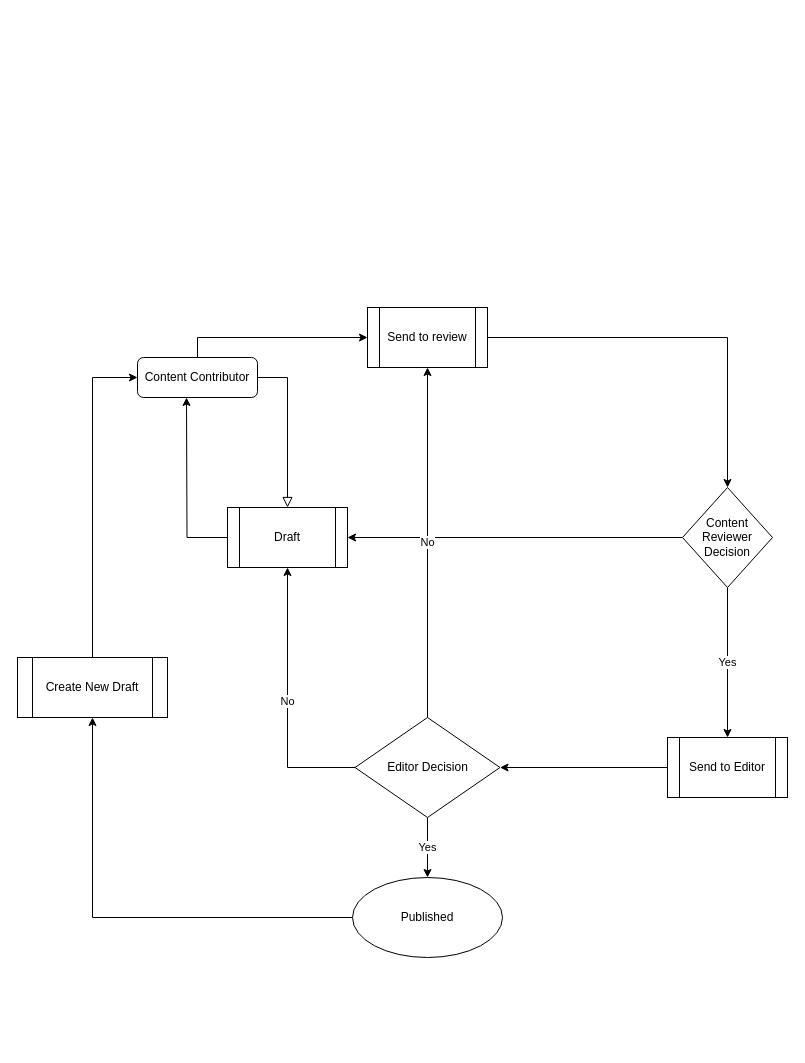
Earlier version of the draw.io diagram Untitled Diagram.drawio (rjeyasundharam/ehs-role-permissions). Source tidied: cells renumbered, new cells numbered last; positions are measured from the earlier drawing's top-left corner, leaving out a move shared by most shapes. Both pictures are drawn from the tidied source at 100%, with x=0, y=0 at pixel (17, 307).
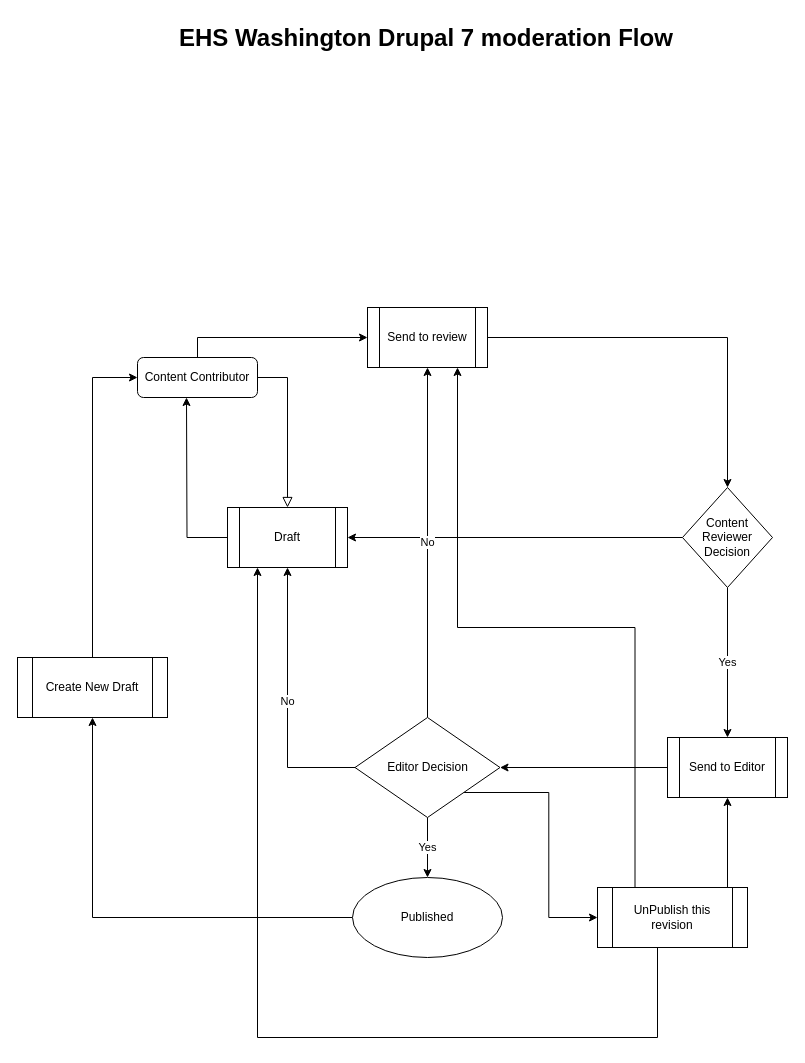
Above is the later version.

Unchanged cells that the change refers to:
```xml
<mxCell id="9" value="Send to review" style="shape=process;whiteSpace=wrap;html=1;backgroundOutline=1;" parent="1" vertex="1">
  <mxGeometry x="350" width="120" height="60" as="geometry" />
</mxCell>
<mxCell id="11" value="Send to Editor" style="shape=process;whiteSpace=wrap;html=1;backgroundOutline=1;" parent="1" vertex="1">
  <mxGeometry x="650" y="430" width="120" height="60" as="geometry" />
</mxCell>
<mxCell id="12" value="Draft" style="shape=process;whiteSpace=wrap;html=1;backgroundOutline=1;" parent="1" vertex="1">
  <mxGeometry x="210" y="200" width="120" height="60" as="geometry" />
</mxCell>
<mxCell id="17" value="Editor Decision" style="rhombus;whiteSpace=wrap;html=1;" parent="1" vertex="1">
  <mxGeometry x="337.5" y="410" width="145" height="100" as="geometry" />
</mxCell>
```

Change to the diagram source:
```diff
@@
+    <mxCell id="22" style="edgeStyle=orthogonalEdgeStyle;rounded=0;jettySize=auto;html=1;exitX=1;exitY=1;exitDx=0;exitDy=0;entryX=0;entryY=0.5;entryDx=0;entryDy=0;" parent="1" edge="1" source="17" target="26">
+      <mxGeometry relative="1" as="geometry" />
+    </mxCell>
@@
+    <mxCell id="23" style="edgeStyle=orthogonalEdgeStyle;rounded=0;jettySize=auto;html=1;exitX=0.993;exitY=0.15;exitDx=0;exitDy=0;entryX=0.5;entryY=1;entryDx=0;entryDy=0;exitPerimeter=0;" parent="1" edge="1" source="26" target="11">
+      <mxGeometry relative="1" as="geometry">
+        <Array as="points">
+          <mxPoint x="719" y="580" />
+          <mxPoint x="710" y="580" />
+        </Array>
+      </mxGeometry>
+    </mxCell>
+    <mxCell id="24" style="edgeStyle=orthogonalEdgeStyle;rounded=0;jettySize=auto;html=1;exitX=0.25;exitY=0;exitDx=0;exitDy=0;entryX=0.75;entryY=1;entryDx=0;entryDy=0;" parent="1" edge="1" source="26" target="9">
+      <mxGeometry relative="1" as="geometry" />
+    </mxCell>
+    <mxCell id="25" style="edgeStyle=orthogonalEdgeStyle;rounded=0;jettySize=auto;html=1;exitX=0.5;exitY=1;exitDx=0;exitDy=0;entryX=0.25;entryY=1;entryDx=0;entryDy=0;" parent="1" edge="1" source="26" target="12">
+      <mxGeometry relative="1" as="geometry">
+        <Array as="points">
+          <mxPoint x="640" y="640" />
+          <mxPoint x="640" y="730" />
+          <mxPoint x="240" y="730" />
+        </Array>
+      </mxGeometry>
+    </mxCell>
+    <mxCell id="26" value="UnPublish this revision" style="shape=process;whiteSpace=wrap;html=1;backgroundOutline=1;" parent="1" vertex="1">
+      <mxGeometry x="580" y="580" width="150" height="60" as="geometry" />
+    </mxCell>
+    <mxCell id="27" value="&lt;h1 style=&quot;margin-top: 0px;&quot;&gt;EHS Washington Drupal 7 moderation Flow&lt;/h1&gt;" style="text;html=1;whiteSpace=wrap;overflow=hidden;rounded=0;" parent="1" vertex="1">
+      <mxGeometry x="160" y="-290" width="580" height="120" as="geometry" />
+    </mxCell>
```
